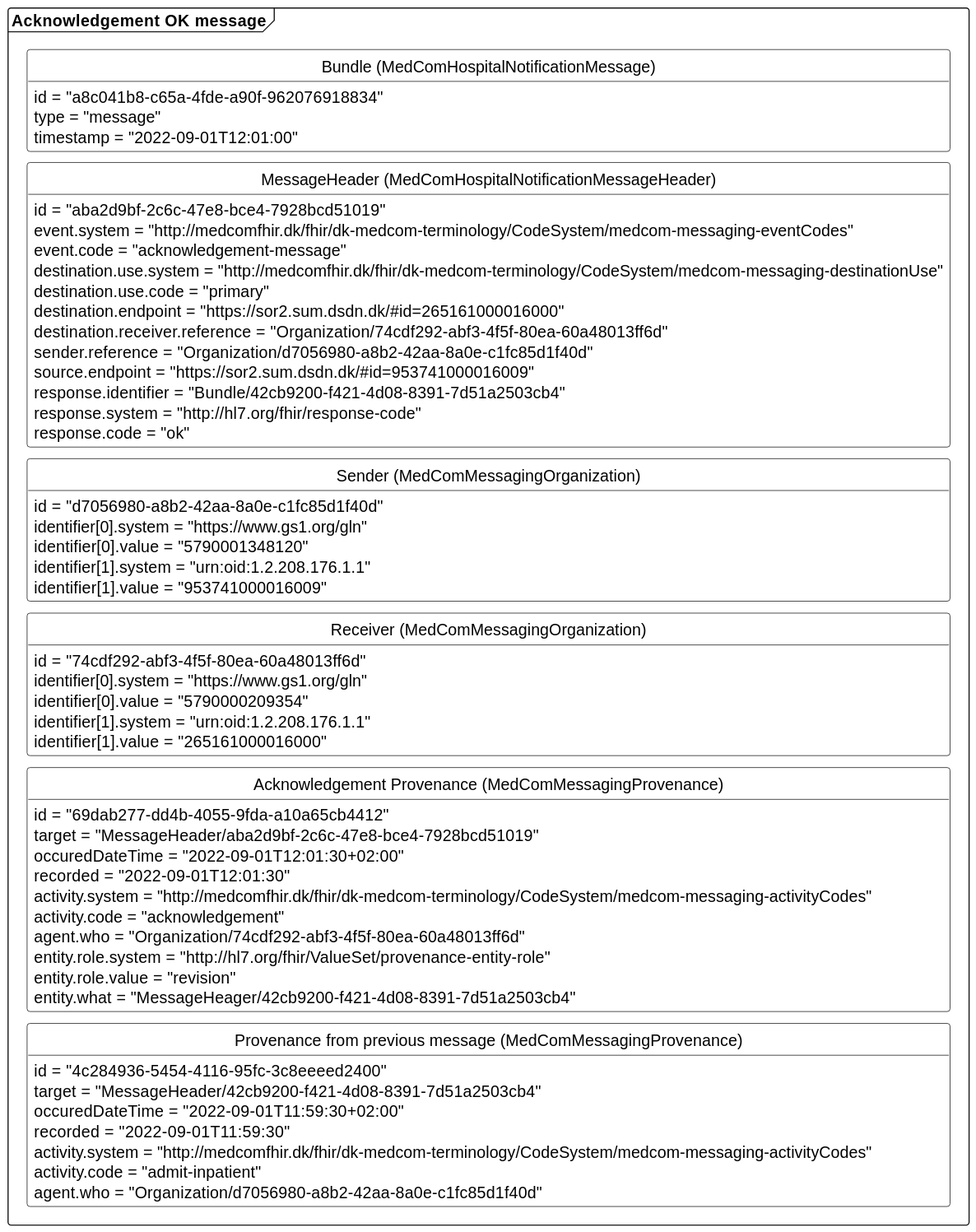
Earlier version of the PlantUML export docs/assets/Images/AcknowledgementOK.svg (medcomdk/dk-medcom-acknowledgement). The source it was exported from:
```plantuml
@startuml AcknowledgementOK

skinparam class {
    BackgroundColor White
    BorderColor Black
    ArrowColor Black
  }
hide circle
hide empty members
skinparam SameClassWidth true
skinparam Ranksep 10


package "Acknowledgement OK message" as ack <<Frame>>{
    class "Bundle (MedComHospitalNotificationMessage)" as ackB{
        id = "a8c041b8-c65a-4fde-a90f-962076918834"
        type = "message"
        timestamp = "2022-09-01T12:01:00"
    }
    class "MessageHeader (MedComHospitalNotificationMessageHeader)" as ackMH{
        id = "aba2d9bf-2c6c-47e8-bce4-7928bcd51019"
        event.system = "http://medcomfhir.dk/fhir/dk-medcom-terminology/CodeSystem/medcom-messaging-eventCodes"
        event.code = "acknowledgement-message"
        destination.use.system = "http://medcomfhir.dk/fhir/dk-medcom-terminology/CodeSystem/medcom-messaging-destinationUse"
        destination.use.code = "primary"
        destination.endpoint = "https://sor2.sum.dsdn.dk/#id=265161000016000"
        destination.receiver.reference = "Organization/74cdf292-abf3-4f5f-80ea-60a48013ff6d"
        sender.reference = "Organization/d7056980-a8b2-42aa-8a0e-c1fc85d1f40d"
        source.endpoint = "https://sor2.sum.dsdn.dk/#id=953741000016009"
        response.identifier = "Bundle/42cb9200-f421-4d08-8391-7d51a2503cb4"
        response.system = "http://hl7.org/fhir/response-code"
        response.code = "ok"
    }
    class "Sender (MedComMessagingOrganization)" as ackROrg{
        id = "d7056980-a8b2-42aa-8a0e-c1fc85d1f40d"
        identifier[0].system = "https://www.gs1.org/gln"
        identifier[0].value = "5790001348120"
        identifier[1].system = "urn:oid:1.2.208.176.1.1"
        identifier[1].value = "953741000016009"
    }
    class "Receiver (MedComMessagingOrganization)" as ackSOrg{
        id = "74cdf292-abf3-4f5f-80ea-60a48013ff6d"
        identifier[0].system = "https://www.gs1.org/gln"
        identifier[0].value = "5790000209354"
        identifier[1].system = "urn:oid:1.2.208.176.1.1"
        identifier[1].value = "265161000016000"
    }
    class "Acknowledgement Provenance (MedComMessagingProvenance)" as ackPRO{
        id = "69dab277-dd4b-4055-9fda-a10a65cb4412"
        target = "MessageHeader/aba2d9bf-2c6c-47e8-bce4-7928bcd51019"
        occuredDateTime = "2022-09-01T12:01:30+02:00"
        recorded = "2022-09-01T12:01:30"
        activity.system = "http://medcomfhir.dk/fhir/dk-medcom-terminology/CodeSystem/medcom-messaging-activityCodes"
        activity.code = "acknowledgement"
        agent.who = "Organization/74cdf292-abf3-4f5f-80ea-60a48013ff6d"
        entity.role.system = "http://hl7.org/fhir/ValueSet/provenance-entity-role"
        entity.role.value = "revision"
        entity.what = "MessageHeager/42cb9200-f421-4d08-8391-7d51a2503cb4"
    }
        class "Provenance from previous message (MedComMessagingProvenance)" as previuosPRO{
        id = "4c284936-5454-4116-95fc-3c8eeeed2400"
        target = "MessageHeader/42cb9200-f421-4d08-8391-7d51a2503cb4"
        occuredDateTime = "2022-09-01T11:59:30+02:00"
        recorded = "2022-09-01T11:59:30"
        activity.system = "http://medcomfhir.dk/fhir/dk-medcom-terminology/CodeSystem/medcom-messaging-activityCodes"
        activity.code = "admit-inpatient"
        agent.who = "Organization/d7056980-a8b2-42aa-8a0e-c1fc85d1f40d"
    }

ackB -[hidden]- ackMH
ackMH-[hidden]-ackROrg
ackROrg-[hidden]-ackSOrg
ackSOrg-[hidden]-ackPRO
ackPRO-[hidden]-previuosPRO
}


@enduml
```
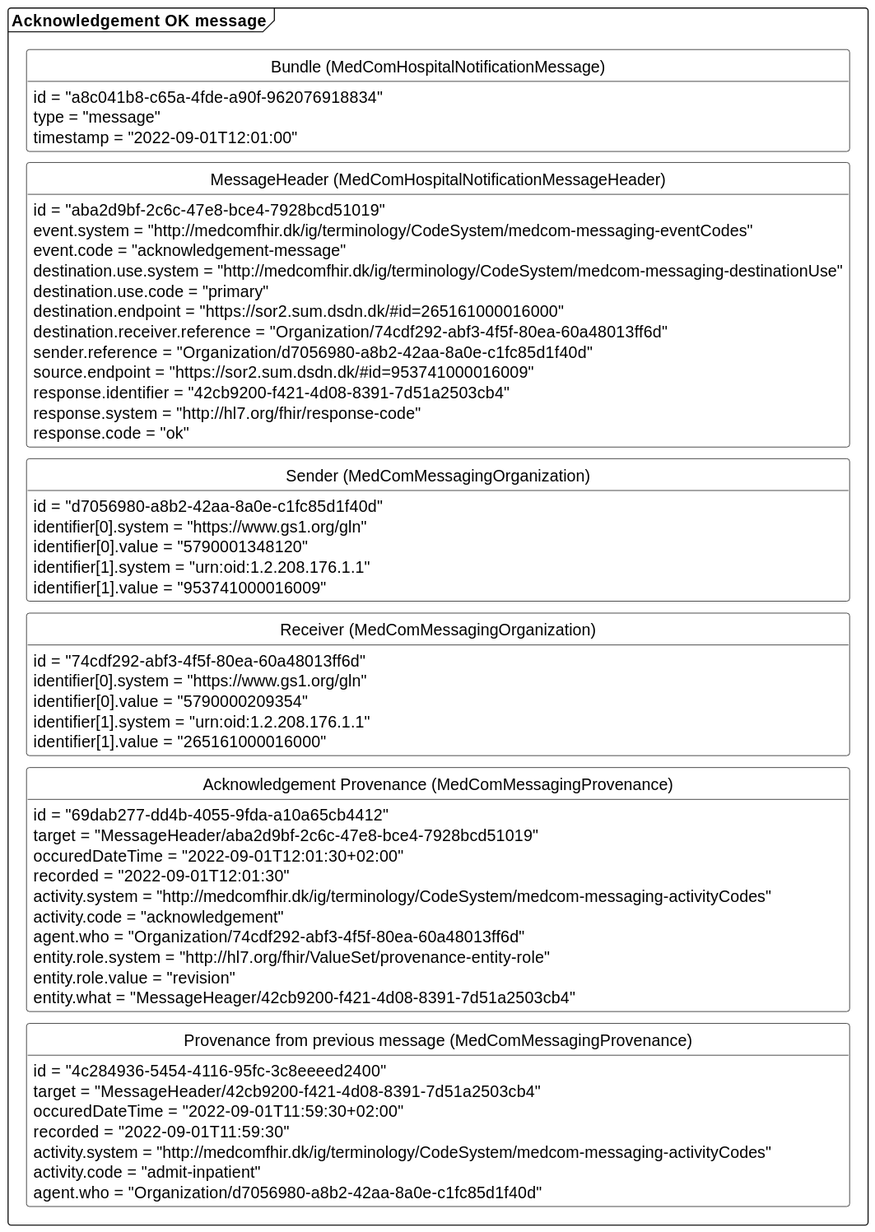
After the change.

Commit message:
corrected images of the examples added

Diff of the diagram source:
```diff
@@ -19,15 +19,15 @@
     }
     class "MessageHeader (MedComHospitalNotificationMessageHeader)" as ackMH{
         id = "aba2d9bf-2c6c-47e8-bce4-7928bcd51019"
-        event.system = "http://medcomfhir.dk/fhir/dk-medcom-terminology/CodeSystem/medcom-messaging-eventCodes"
+        event.system = "http://medcomfhir.dk/ig/terminology/CodeSystem/medcom-messaging-eventCodes"
         event.code = "acknowledgement-message"
-        destination.use.system = "http://medcomfhir.dk/fhir/dk-medcom-terminology/CodeSystem/medcom-messaging-destinationUse"
+        destination.use.system = "http://medcomfhir.dk/ig/terminology/CodeSystem/medcom-messaging-destinationUse"
         destination.use.code = "primary"
         destination.endpoint = "https://sor2.sum.dsdn.dk/#id=265161000016000"
         destination.receiver.reference = "Organization/74cdf292-abf3-4f5f-80ea-60a48013ff6d"
         sender.reference = "Organization/d7056980-a8b2-42aa-8a0e-c1fc85d1f40d"
         source.endpoint = "https://sor2.sum.dsdn.dk/#id=953741000016009"
-        response.identifier = "Bundle/42cb9200-f421-4d08-8391-7d51a2503cb4"
+        response.identifier = "42cb9200-f421-4d08-8391-7d51a2503cb4"
         response.system = "http://hl7.org/fhir/response-code"
         response.code = "ok"
     }
@@ -50,7 +50,7 @@
         target = "MessageHeader/aba2d9bf-2c6c-47e8-bce4-7928bcd51019"
         occuredDateTime = "2022-09-01T12:01:30+02:00"
         recorded = "2022-09-01T12:01:30"
-        activity.system = "http://medcomfhir.dk/fhir/dk-medcom-terminology/CodeSystem/medcom-messaging-activityCodes"
+        activity.system = "http://medcomfhir.dk/ig/terminology/CodeSystem/medcom-messaging-activityCodes"
         activity.code = "acknowledgement"
         agent.who = "Organization/74cdf292-abf3-4f5f-80ea-60a48013ff6d"
         entity.role.system = "http://hl7.org/fhir/ValueSet/provenance-entity-role"
@@ -62,7 +62,7 @@
         target = "MessageHeader/42cb9200-f421-4d08-8391-7d51a2503cb4"
         occuredDateTime = "2022-09-01T11:59:30+02:00"
         recorded = "2022-09-01T11:59:30"
-        activity.system = "http://medcomfhir.dk/fhir/dk-medcom-terminology/CodeSystem/medcom-messaging-activityCodes"
+        activity.system = "http://medcomfhir.dk/ig/terminology/CodeSystem/medcom-messaging-activityCodes"
         activity.code = "admit-inpatient"
         agent.who = "Organization/d7056980-a8b2-42aa-8a0e-c1fc85d1f40d"
     }
```
